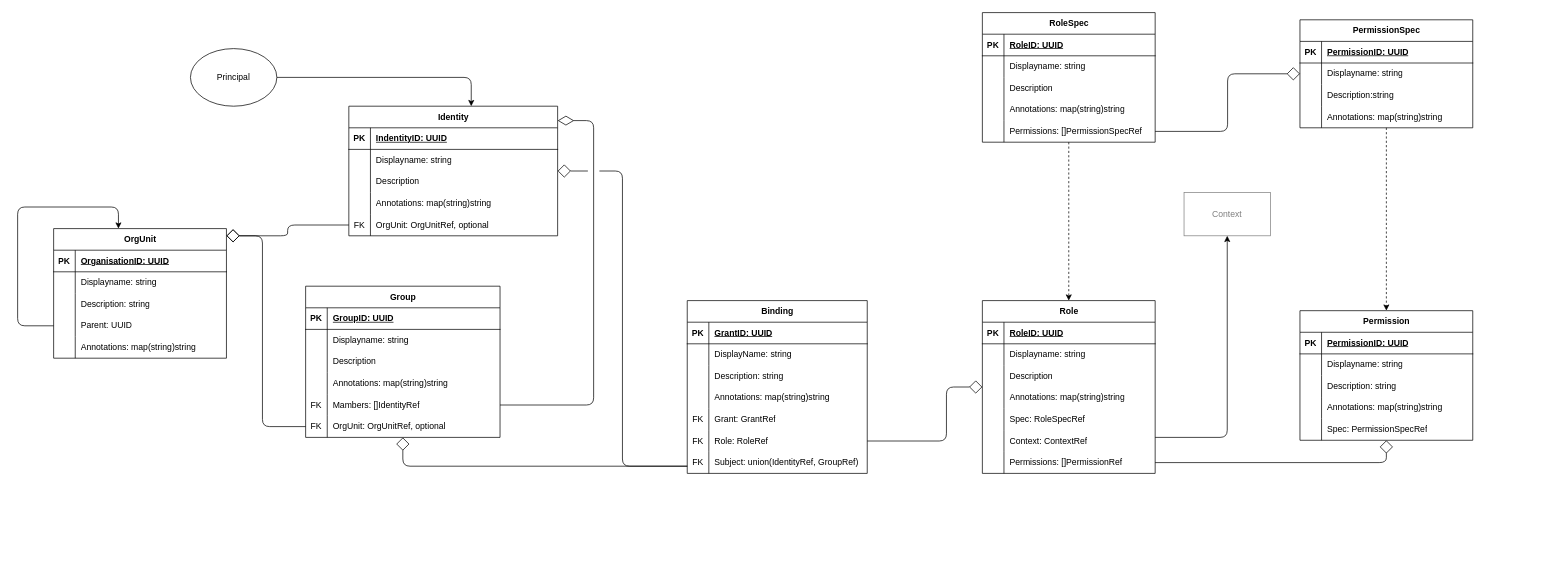
Earlier version of the draw.io diagram page "P2: IAM" (4 of 10) of content/docs/example-mapping/images/entities.drawio (emeland-io/book). Source tidied: cells renumbered, new cells numbered last; positions are measured from the earlier drawing's top-left corner, leaving out a move shared by most shapes. Both pictures are drawn from the tidied source at 72%, with x=0, y=0 at pixel (17, 12).
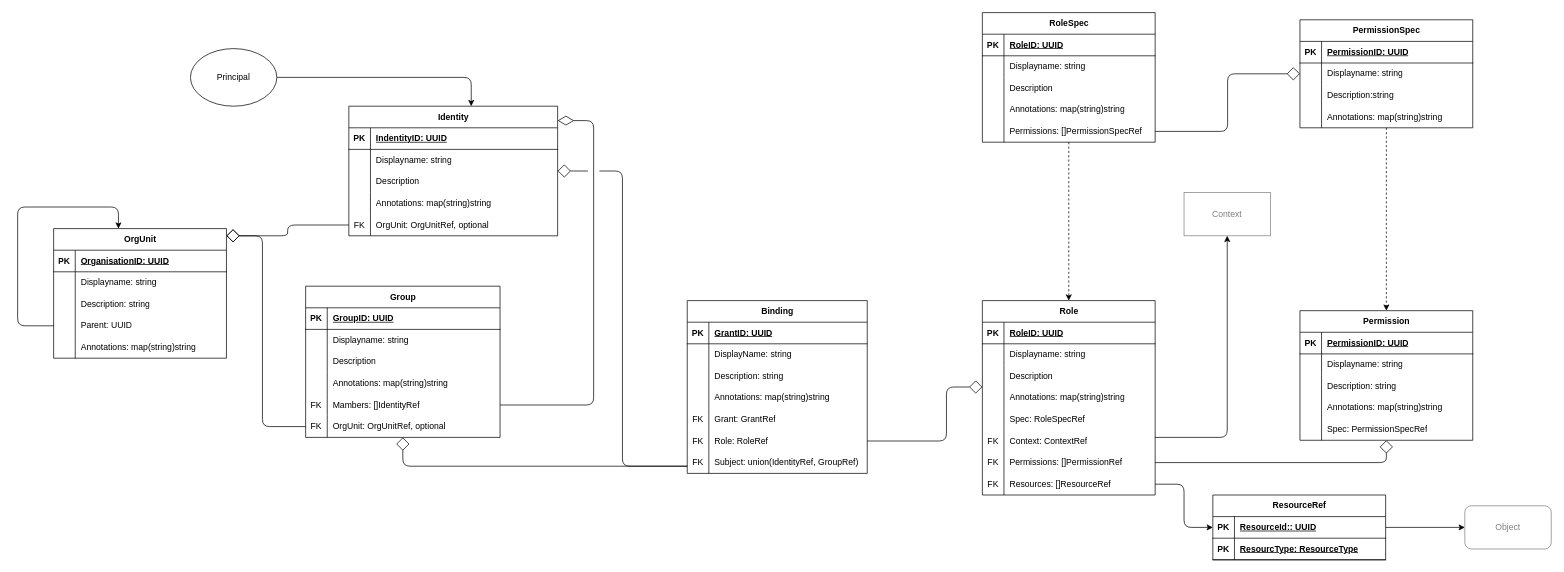
The same page after the edit.

Commit message (it also covers changes not shown here):
fix diagrams. The description remains a future task

The change refers to these unchanged cells:
```xml
<mxCell id="51" style="shape=tableRow;horizontal=0;startSize=0;swimlaneHead=0;swimlaneBody=0;fillColor=none;points=[[0,0.5],[1,0.5]];portConstraint=eastwest;top=0;left=0;right=0;bottom=0;" parent="35" vertex="1">
  <mxGeometry y="180" width="240" height="30" as="geometry" />
</mxCell>
<mxCell id="54" style="shape=tableRow;horizontal=0;startSize=0;swimlaneHead=0;swimlaneBody=0;fillColor=none;points=[[0,0.5],[1,0.5]];portConstraint=eastwest;top=0;left=0;right=0;bottom=0;" parent="35" vertex="1">
  <mxGeometry y="210" width="240" height="30" as="geometry" />
</mxCell>
```

Diff of the diagram source:
```diff
@@
     <mxCell id="35" value="Role" style="shape=table;startSize=30;childLayout=tableLayout;rowLines=0;fontStyle=1;align=center;html=1;" parent="1" vertex="1">
-      <mxGeometry x="1339.9" y="400" width="240" height="240" as="geometry" />
+      <mxGeometry x="1339.9" y="400" width="240" height="270" as="geometry" />
     </mxCell>
@@
-    <mxCell id="52" style="shape=partialRectangle;fillColor=none;top=0;left=0;bottom=0;right=0;overflow=hidden;whiteSpace=wrap;html=1;" parent="51" vertex="1">
+    <mxCell id="52" value="FK" style="shape=partialRectangle;fillColor=none;top=0;left=0;bottom=0;right=0;overflow=hidden;whiteSpace=wrap;html=1;" parent="51" vertex="1">
       <mxGeometry width="30" height="30" as="geometry" />
     </mxCell>
@@
-    <mxCell id="55" style="shape=partialRectangle;fillColor=none;top=0;left=0;bottom=0;right=0;overflow=hidden;whiteSpace=wrap;html=1;" parent="54" vertex="1">
+    <mxCell id="55" value="FK" style="shape=partialRectangle;fillColor=none;top=0;left=0;bottom=0;right=0;overflow=hidden;whiteSpace=wrap;html=1;" parent="54" vertex="1">
       <mxGeometry width="30" height="30" as="geometry" />
     </mxCell>
@@
+    <mxCell id="157" style="shape=tableRow;horizontal=0;startSize=0;swimlaneHead=0;swimlaneBody=0;fillColor=none;points=[[0,0.5],[1,0.5]];portConstraint=eastwest;top=0;left=0;right=0;bottom=0;" parent="35" vertex="1">
+      <mxGeometry y="240" width="240" height="30" as="geometry" />
+    </mxCell>
+    <mxCell id="158" value="FK" style="shape=partialRectangle;fillColor=none;top=0;left=0;bottom=0;right=0;overflow=hidden;whiteSpace=wrap;html=1;" parent="157" vertex="1">
+      <mxGeometry width="30" height="30" as="geometry" />
+    </mxCell>
+    <mxCell id="159" value="Resources: []ResourceRef" style="shape=partialRectangle;fillColor=none;top=0;left=0;bottom=0;right=0;align=left;spacingLeft=6;overflow=hidden;whiteSpace=wrap;html=1;" parent="157" vertex="1">
+      <mxGeometry x="30" width="210" height="30" as="geometry" />
+    </mxCell>
@@
+    <mxCell id="160" value="ResourceRef" style="shape=table;startSize=30;childLayout=tableLayout;rowLines=0;fontStyle=1;align=center;html=1;" parent="1" vertex="1">
+      <mxGeometry x="1660" y="670" width="240" height="90" as="geometry" />
+    </mxCell>
+    <mxCell id="161" style="shape=tableRow;horizontal=0;startSize=0;swimlaneHead=0;swimlaneBody=0;fillColor=none;points=[[0,0.5],[1,0.5]];portConstraint=eastwest;top=0;left=0;right=0;bottom=1;" parent="160" vertex="1">
+      <mxGeometry y="30" width="240" height="30" as="geometry" />
+    </mxCell>
+    <mxCell id="162" value="PK" style="shape=partialRectangle;fillColor=none;top=0;left=0;bottom=0;right=0;fontStyle=1;overflow=hidden;whiteSpace=wrap;html=1;" parent="161" vertex="1">
+      <mxGeometry width="30" height="30" as="geometry" />
+    </mxCell>
+    <mxCell id="163" value="ResourceId:: UUID" style="shape=partialRectangle;fillColor=none;top=0;left=0;bottom=0;right=0;align=left;spacingLeft=6;fontStyle=5;overflow=hidden;whiteSpace=wrap;html=1;" parent="161" vertex="1">
+      <mxGeometry x="30" width="210" height="30" as="geometry" />
+    </mxCell>
+    <mxCell id="164" style="shape=tableRow;horizontal=0;startSize=0;swimlaneHead=0;swimlaneBody=0;fillColor=none;top=0;left=0;right=0;bottom=1;" parent="160" vertex="1">
+      <mxGeometry y="60" width="240" height="30" as="geometry" />
+    </mxCell>
+    <mxCell id="165" value="PK" style="shape=partialRectangle;fillColor=none;top=0;left=0;bottom=0;right=0;fontStyle=1;overflow=hidden;whiteSpace=wrap;html=1;" parent="164" vertex="1">
+      <mxGeometry width="30" height="30" as="geometry" />
+    </mxCell>
+    <mxCell id="166" value="ResourcType: ResourceType" style="shape=partialRectangle;fillColor=none;top=0;left=0;bottom=0;right=0;align=left;spacingLeft=6;fontStyle=5;overflow=hidden;whiteSpace=wrap;html=1;" parent="164" vertex="1">
+      <mxGeometry x="30" width="210" height="30" as="geometry" />
+    </mxCell>
+    <mxCell id="167" style="edgeStyle=orthogonalEdgeStyle;html=1;" parent="1" edge="1" source="157" target="160">
+      <mxGeometry relative="1" as="geometry" />
+    </mxCell>
+    <mxCell id="168" value="Object" style="rounded=1;whiteSpace=wrap;html=1;opacity=50;textOpacity=50;" parent="1" vertex="1">
+      <mxGeometry x="2010" y="685" width="120" height="60" as="geometry" />
+    </mxCell>
+    <mxCell id="169" style="edgeStyle=none;html=1;entryX=0;entryY=0.5;entryDx=0;entryDy=0;" parent="1" edge="1" source="161" target="168">
+      <mxGeometry relative="1" as="geometry" />
+    </mxCell>
```
